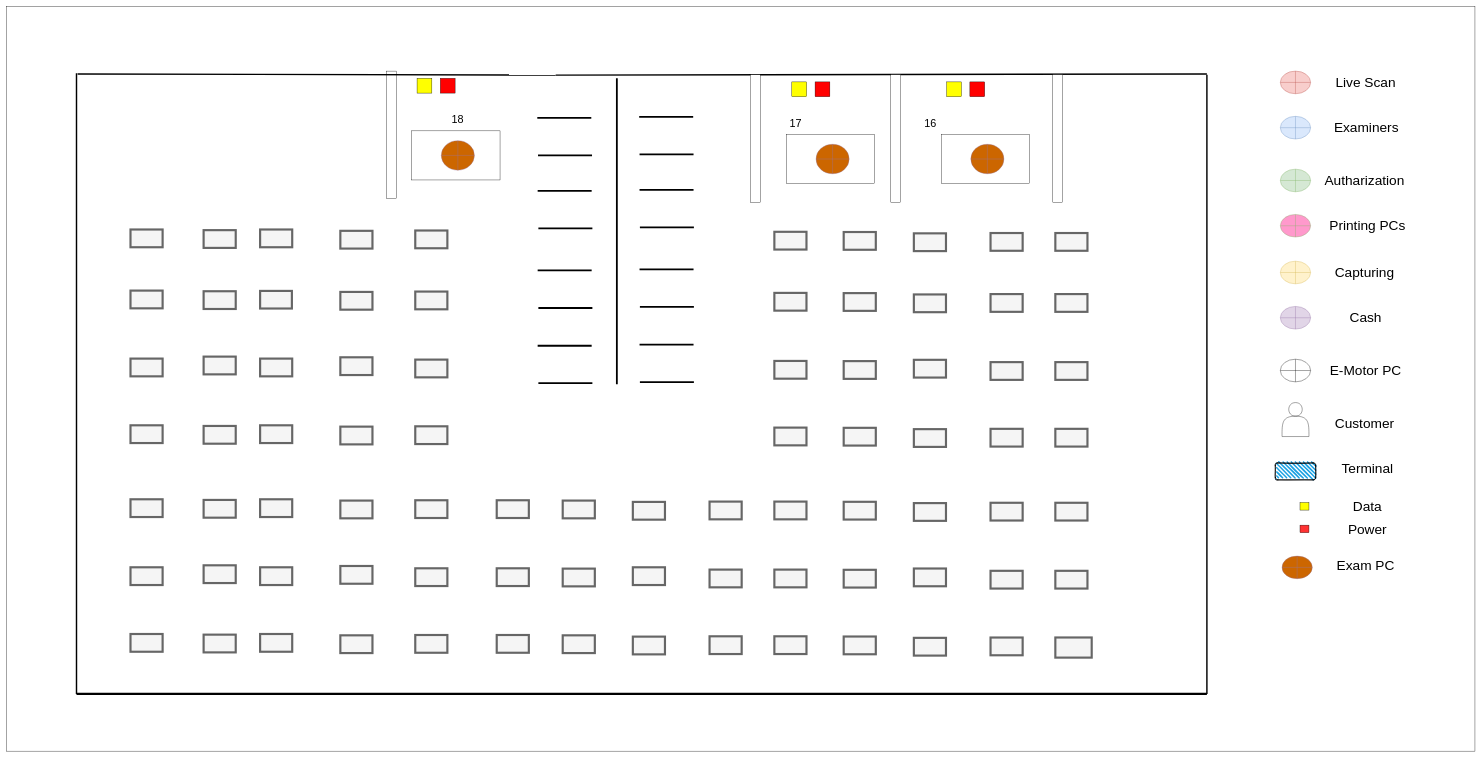
This is anuradhapura exam.drawio from thushan-harshajeewa/dmt-diagrams, a draw.io file, before an edit. Source tidied: cells renumbered, new cells numbered last; positions are measured from the earlier drawing's top-left corner, leaving out a move shared by most shapes. Both pictures are drawn from the tidied source at 36%, with x=0, y=0 at pixel (6, 6).
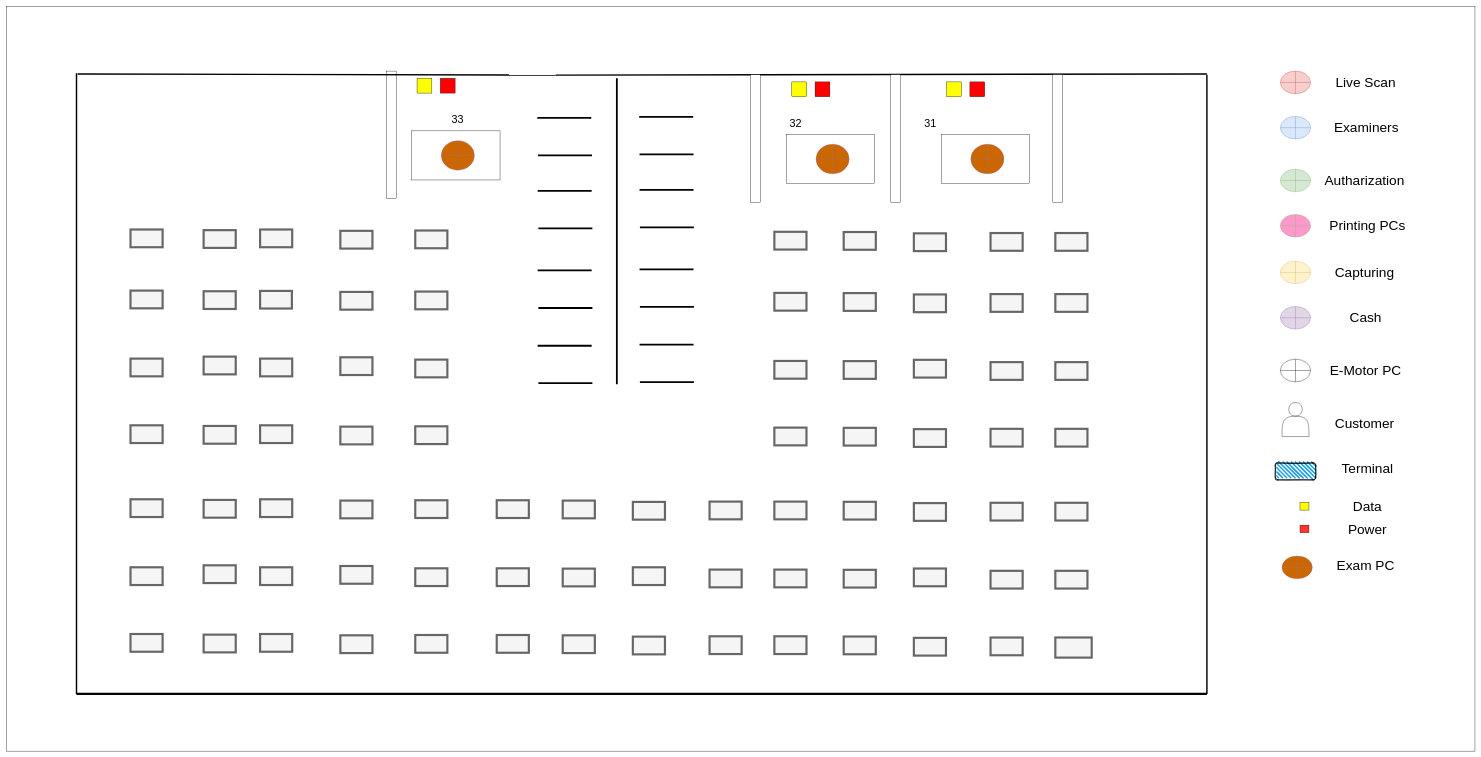
The same page after the edit.

Change to the diagram source:
```diff
@@
-    <mxCell id="130" value="&lt;font style=&quot;font-size: 30px;&quot;&gt;16&lt;/font&gt;" style="text;html=1;align=center;verticalAlign=middle;whiteSpace=wrap;rounded=0;strokeWidth=4;" parent="1" vertex="1">
+    <mxCell id="130" value="&lt;font style=&quot;font-size: 30px;&quot;&gt;31&lt;/font&gt;" style="text;html=1;align=center;verticalAlign=middle;whiteSpace=wrap;rounded=0;strokeWidth=4;" parent="1" vertex="1">
       <mxGeometry x="2537" y="310" width="60" height="30" as="geometry" />
     </mxCell>
-    <mxCell id="131" value="&lt;font style=&quot;font-size: 30px;&quot;&gt;17&lt;/font&gt;" style="text;html=1;align=center;verticalAlign=middle;whiteSpace=wrap;rounded=0;strokeWidth=4;" parent="1" vertex="1">
+    <mxCell id="131" value="&lt;font style=&quot;font-size: 30px;&quot;&gt;32&lt;/font&gt;" style="text;html=1;align=center;verticalAlign=middle;whiteSpace=wrap;rounded=0;strokeWidth=4;" parent="1" vertex="1">
       <mxGeometry x="2163.1" y="310" width="60" height="30" as="geometry" />
     </mxCell>
-    <mxCell id="132" value="&lt;font style=&quot;font-size: 30px;&quot;&gt;18&lt;/font&gt;" style="text;html=1;align=center;verticalAlign=middle;whiteSpace=wrap;rounded=0;strokeWidth=4;" parent="1" vertex="1">
+    <mxCell id="132" value="&lt;font style=&quot;font-size: 30px;&quot;&gt;33&lt;/font&gt;" style="text;html=1;align=center;verticalAlign=middle;whiteSpace=wrap;rounded=0;strokeWidth=4;" parent="1" vertex="1">
       <mxGeometry x="1224.2" y="300" width="60" height="30" as="geometry" />
     </mxCell>
```
